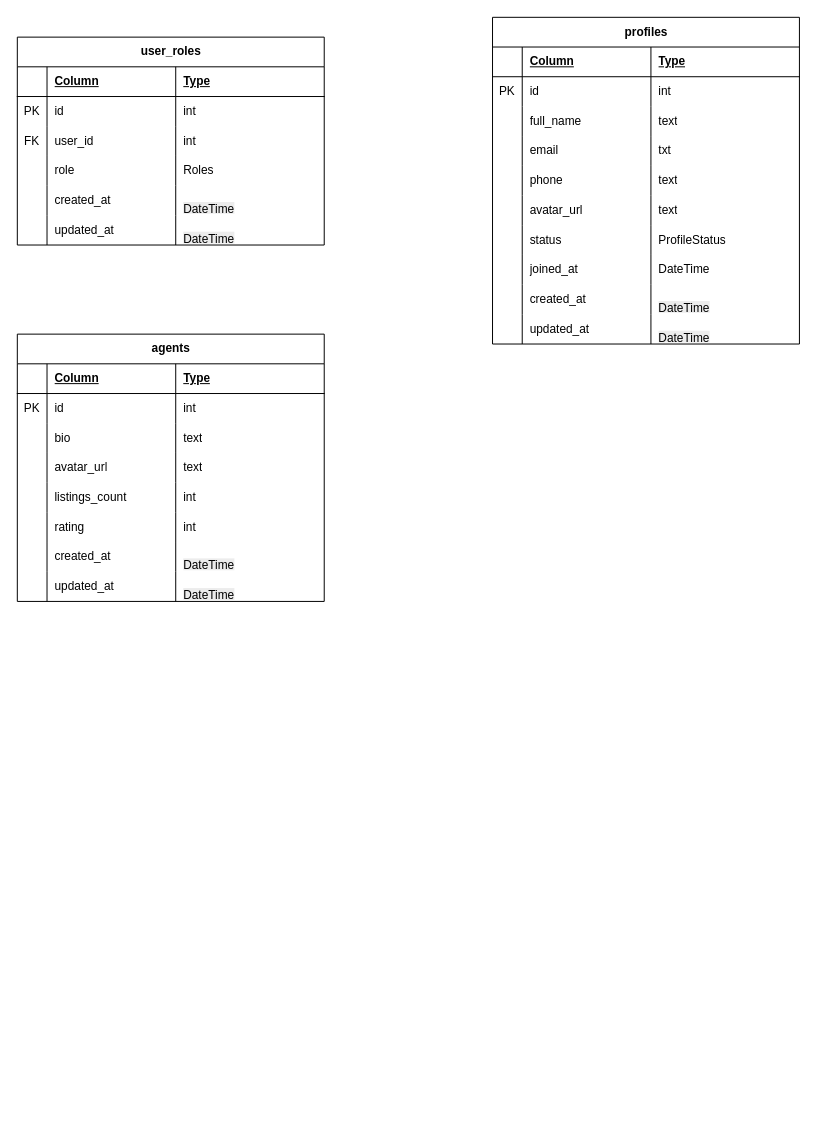
Earlier version of the draw.io diagram nestify-real-estate.drawio (MdShijanAli/nestify-server). Source tidied: cells renumbered, new cells numbered last; positions are measured from the earlier drawing's top-left corner, leaving out a move shared by most shapes. Both pictures are drawn from the tidied source at 99%, with x=0, y=0 at pixel (17, 17).
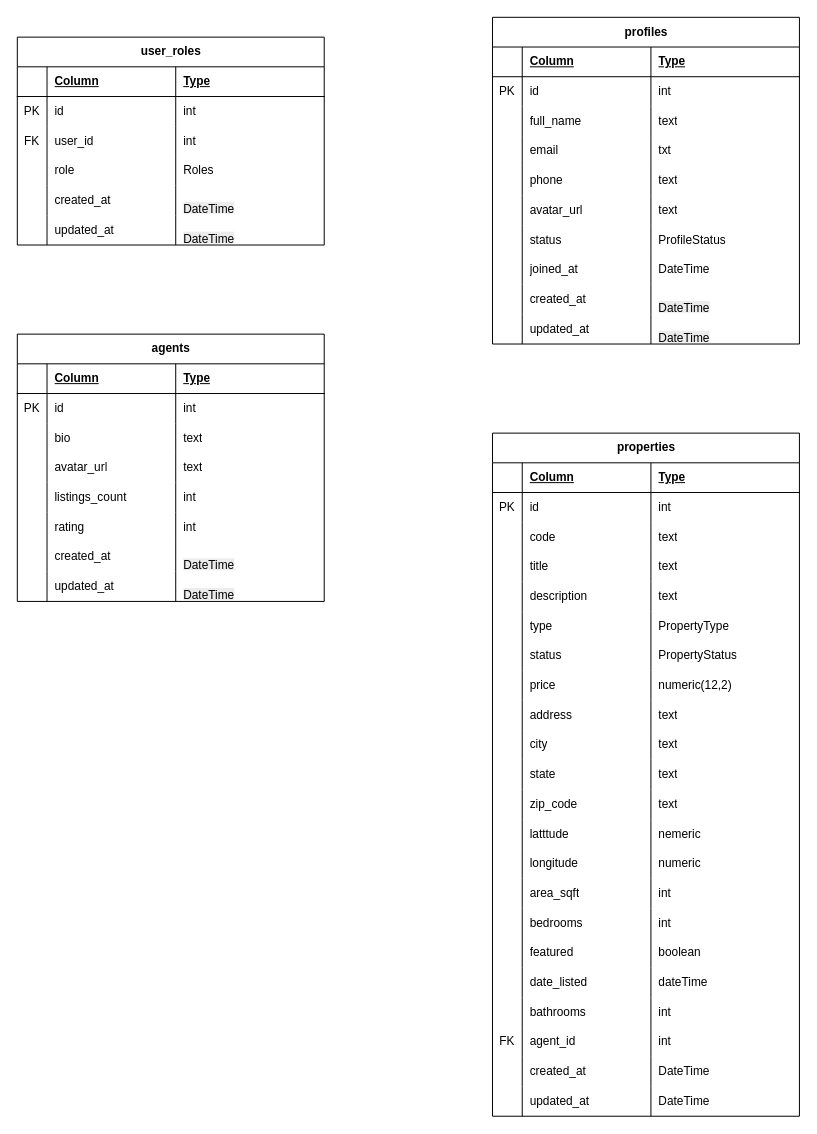
Above is the later version.

What changed in the source:
```diff
@@
+    <mxCell id="101" value="properties" style="shape=table;startSize=30;childLayout=tableLayout;rowLines=0;fontStyle=1;align=center;html=1;" parent="1" vertex="1">
+      <mxGeometry x="480" y="420" width="310" height="690" as="geometry" />
+    </mxCell>
+    <mxCell id="102" style="shape=tableRow;horizontal=0;startSize=0;swimlaneHead=0;swimlaneBody=0;fillColor=none;top=0;left=0;right=0;bottom=1;" parent="101" vertex="1">
+      <mxGeometry y="30" width="310" height="30" as="geometry" />
+    </mxCell>
+    <mxCell id="103" style="shape=partialRectangle;fillColor=none;top=0;left=0;bottom=0;right=0;fontStyle=1;overflow=hidden;whiteSpace=wrap;html=1;" parent="102" vertex="1">
+      <mxGeometry width="30" height="30" as="geometry" />
+    </mxCell>
+    <mxCell id="104" value="Column" style="shape=partialRectangle;fillColor=none;top=0;left=0;bottom=0;right=0;align=left;spacingLeft=6;fontStyle=5;overflow=hidden;whiteSpace=wrap;html=1;" parent="102" vertex="1">
+      <mxGeometry x="30" width="130" height="30" as="geometry" />
+    </mxCell>
+    <mxCell id="105" value="Type" style="shape=partialRectangle;fillColor=none;top=0;left=0;bottom=0;right=0;align=left;spacingLeft=6;fontStyle=5;overflow=hidden;whiteSpace=wrap;html=1;" parent="102" vertex="1">
+      <mxGeometry x="160" width="150" height="30" as="geometry" />
+    </mxCell>
+    <mxCell id="106" style="shape=tableRow;horizontal=0;startSize=0;swimlaneHead=0;swimlaneBody=0;fillColor=none;top=0;left=0;right=0;bottom=0;" parent="101" vertex="1">
+      <mxGeometry y="60" width="310" height="30" as="geometry" />
+    </mxCell>
+    <mxCell id="107" value="PK" style="shape=partialRectangle;fillColor=none;top=0;left=0;bottom=0;right=0;overflow=hidden;whiteSpace=wrap;html=1;" parent="106" vertex="1">
+      <mxGeometry width="30" height="30" as="geometry" />
+    </mxCell>
+    <mxCell id="108" value="id" style="shape=partialRectangle;fillColor=none;top=0;left=0;bottom=0;right=0;align=left;spacingLeft=6;overflow=hidden;whiteSpace=wrap;html=1;" parent="106" vertex="1">
+      <mxGeometry x="30" width="130" height="30" as="geometry" />
+    </mxCell>
+    <mxCell id="109" value="int" style="shape=partialRectangle;fillColor=none;top=0;left=0;bottom=0;right=0;align=left;spacingLeft=6;overflow=hidden;whiteSpace=wrap;html=1;" parent="106" vertex="1">
+      <mxGeometry x="160" width="150" height="30" as="geometry" />
+    </mxCell>
+    <mxCell id="110" style="shape=tableRow;horizontal=0;startSize=0;swimlaneHead=0;swimlaneBody=0;fillColor=none;top=0;left=0;right=0;bottom=0;" parent="101" vertex="1">
+      <mxGeometry y="90" width="310" height="30" as="geometry" />
+    </mxCell>
+    <mxCell id="111" style="shape=partialRectangle;fillColor=none;top=0;left=0;bottom=0;right=0;overflow=hidden;whiteSpace=wrap;html=1;" parent="110" vertex="1">
+      <mxGeometry width="30" height="30" as="geometry" />
+    </mxCell>
+    <mxCell id="112" value="code" style="shape=partialRectangle;fillColor=none;top=0;left=0;bottom=0;right=0;align=left;spacingLeft=6;overflow=hidden;whiteSpace=wrap;html=1;" parent="110" vertex="1">
+      <mxGeometry x="30" width="130" height="30" as="geometry" />
+    </mxCell>
+    <mxCell id="113" value="text" style="shape=partialRectangle;fillColor=none;top=0;left=0;bottom=0;right=0;align=left;spacingLeft=6;overflow=hidden;whiteSpace=wrap;html=1;" parent="110" vertex="1">
+      <mxGeometry x="160" width="150" height="30" as="geometry" />
+    </mxCell>
+    <mxCell id="114" style="shape=tableRow;horizontal=0;startSize=0;swimlaneHead=0;swimlaneBody=0;fillColor=none;top=0;left=0;right=0;bottom=0;" parent="101" vertex="1">
+      <mxGeometry y="120" width="310" height="30" as="geometry" />
+    </mxCell>
+    <mxCell id="115" style="shape=partialRectangle;fillColor=none;top=0;left=0;bottom=0;right=0;overflow=hidden;whiteSpace=wrap;html=1;" parent="114" vertex="1">
+      <mxGeometry width="30" height="30" as="geometry" />
+    </mxCell>
+    <mxCell id="116" value="title" style="shape=partialRectangle;fillColor=none;top=0;left=0;bottom=0;right=0;align=left;spacingLeft=6;overflow=hidden;whiteSpace=wrap;html=1;" parent="114" vertex="1">
+      <mxGeometry x="30" width="130" height="30" as="geometry" />
+    </mxCell>
+    <mxCell id="117" value="text" style="shape=partialRectangle;fillColor=none;top=0;left=0;bottom=0;right=0;align=left;spacingLeft=6;overflow=hidden;whiteSpace=wrap;html=1;" parent="114" vertex="1">
+      <mxGeometry x="160" width="150" height="30" as="geometry" />
+    </mxCell>
+    <mxCell id="118" style="shape=tableRow;horizontal=0;startSize=0;swimlaneHead=0;swimlaneBody=0;fillColor=none;top=0;left=0;right=0;bottom=0;" parent="101" vertex="1">
+      <mxGeometry y="150" width="310" height="30" as="geometry" />
+    </mxCell>
+    <mxCell id="119" style="shape=partialRectangle;fillColor=none;top=0;left=0;bottom=0;right=0;overflow=hidden;whiteSpace=wrap;html=1;" parent="118" vertex="1">
+      <mxGeometry width="30" height="30" as="geometry" />
+    </mxCell>
+    <mxCell id="120" value="description" style="shape=partialRectangle;fillColor=none;top=0;left=0;bottom=0;right=0;align=left;spacingLeft=6;overflow=hidden;whiteSpace=wrap;html=1;" parent="118" vertex="1">
+      <mxGeometry x="30" width="130" height="30" as="geometry" />
+    </mxCell>
+    <mxCell id="121" value="text" style="shape=partialRectangle;fillColor=none;top=0;left=0;bottom=0;right=0;align=left;spacingLeft=6;overflow=hidden;whiteSpace=wrap;html=1;" parent="118" vertex="1">
+      <mxGeometry x="160" width="150" height="30" as="geometry" />
+    </mxCell>
+    <mxCell id="122" style="shape=tableRow;horizontal=0;startSize=0;swimlaneHead=0;swimlaneBody=0;fillColor=none;top=0;left=0;right=0;bottom=0;" parent="101" vertex="1">
+      <mxGeometry y="180" width="310" height="30" as="geometry" />
+    </mxCell>
+    <mxCell id="123" style="shape=partialRectangle;fillColor=none;top=0;left=0;bottom=0;right=0;overflow=hidden;whiteSpace=wrap;html=1;" parent="122" vertex="1">
+      <mxGeometry width="30" height="30" as="geometry" />
+    </mxCell>
+    <mxCell id="124" value="type" style="shape=partialRectangle;fillColor=none;top=0;left=0;bottom=0;right=0;align=left;spacingLeft=6;overflow=hidden;whiteSpace=wrap;html=1;" parent="122" vertex="1">
+      <mxGeometry x="30" width="130" height="30" as="geometry" />
+    </mxCell>
+    <mxCell id="125" value="PropertyType" style="shape=partialRectangle;fillColor=none;top=0;left=0;bottom=0;right=0;align=left;spacingLeft=6;overflow=hidden;whiteSpace=wrap;html=1;" parent="122" vertex="1">
+      <mxGeometry x="160" width="150" height="30" as="geometry" />
+    </mxCell>
+    <mxCell id="126" style="shape=tableRow;horizontal=0;startSize=0;swimlaneHead=0;swimlaneBody=0;fillColor=none;top=0;left=0;right=0;bottom=0;" parent="101" vertex="1">
+      <mxGeometry y="210" width="310" height="30" as="geometry" />
+    </mxCell>
+    <mxCell id="127" style="shape=partialRectangle;fillColor=none;top=0;left=0;bottom=0;right=0;overflow=hidden;whiteSpace=wrap;html=1;" parent="126" vertex="1">
+      <mxGeometry width="30" height="30" as="geometry" />
+    </mxCell>
+    <mxCell id="128" value="status" style="shape=partialRectangle;fillColor=none;top=0;left=0;bottom=0;right=0;align=left;spacingLeft=6;overflow=hidden;whiteSpace=wrap;html=1;" parent="126" vertex="1">
+      <mxGeometry x="30" width="130" height="30" as="geometry" />
+    </mxCell>
+    <mxCell id="129" value="PropertyStatus" style="shape=partialRectangle;fillColor=none;top=0;left=0;bottom=0;right=0;align=left;spacingLeft=6;overflow=hidden;whiteSpace=wrap;html=1;" parent="126" vertex="1">
+      <mxGeometry x="160" width="150" height="30" as="geometry" />
+    </mxCell>
+    <mxCell id="130" style="shape=tableRow;horizontal=0;startSize=0;swimlaneHead=0;swimlaneBody=0;fillColor=none;top=0;left=0;right=0;bottom=0;" parent="101" vertex="1">
+      <mxGeometry y="240" width="310" height="30" as="geometry" />
+    </mxCell>
+    <mxCell id="131" style="shape=partialRectangle;fillColor=none;top=0;left=0;bottom=0;right=0;overflow=hidden;whiteSpace=wrap;html=1;" parent="130" vertex="1">
+      <mxGeometry width="30" height="30" as="geometry" />
+    </mxCell>
+    <mxCell id="132" value="price" style="shape=partialRectangle;fillColor=none;top=0;left=0;bottom=0;right=0;align=left;spacingLeft=6;overflow=hidden;whiteSpace=wrap;html=1;" parent="130" vertex="1">
+      <mxGeometry x="30" width="130" height="30" as="geometry" />
+    </mxCell>
+    <mxCell id="133" value="numeric(12,2)" style="shape=partialRectangle;fillColor=none;top=0;left=0;bottom=0;right=0;align=left;spacingLeft=6;overflow=hidden;whiteSpace=wrap;html=1;" parent="130" vertex="1">
+      <mxGeometry x="160" width="150" height="30" as="geometry" />
+    </mxCell>
+    <mxCell id="134" style="shape=tableRow;horizontal=0;startSize=0;swimlaneHead=0;swimlaneBody=0;fillColor=none;top=0;left=0;right=0;bottom=0;" parent="101" vertex="1">
+      <mxGeometry y="270" width="310" height="30" as="geometry" />
+    </mxCell>
+    <mxCell id="135" style="shape=partialRectangle;fillColor=none;top=0;left=0;bottom=0;right=0;overflow=hidden;whiteSpace=wrap;html=1;" parent="134" vertex="1">
+      <mxGeometry width="30" height="30" as="geometry" />
+    </mxCell>
+    <mxCell id="136" value="address" style="shape=partialRectangle;fillColor=none;top=0;left=0;bottom=0;right=0;align=left;spacingLeft=6;overflow=hidden;whiteSpace=wrap;html=1;" parent="134" vertex="1">
+      <mxGeometry x="30" width="130" height="30" as="geometry" />
+    </mxCell>
+    <mxCell id="137" value="text" style="shape=partialRectangle;fillColor=none;top=0;left=0;bottom=0;right=0;align=left;spacingLeft=6;overflow=hidden;whiteSpace=wrap;html=1;" parent="134" vertex="1">
+      <mxGeometry x="160" width="150" height="30" as="geometry" />
+    </mxCell>
+    <mxCell id="138" style="shape=tableRow;horizontal=0;startSize=0;swimlaneHead=0;swimlaneBody=0;fillColor=none;top=0;left=0;right=0;bottom=0;" parent="101" vertex="1">
+      <mxGeometry y="300" width="310" height="30" as="geometry" />
+    </mxCell>
+    <mxCell id="139" style="shape=partialRectangle;fillColor=none;top=0;left=0;bottom=0;right=0;overflow=hidden;whiteSpace=wrap;html=1;" parent="138" vertex="1">
+      <mxGeometry width="30" height="30" as="geometry" />
+    </mxCell>
+    <mxCell id="140" value="city" style="shape=partialRectangle;fillColor=none;top=0;left=0;bottom=0;right=0;align=left;spacingLeft=6;overflow=hidden;whiteSpace=wrap;html=1;" parent="138" vertex="1">
+      <mxGeometry x="30" width="130" height="30" as="geometry" />
+    </mxCell>
+    <mxCell id="141" value="text" style="shape=partialRectangle;fillColor=none;top=0;left=0;bottom=0;right=0;align=left;spacingLeft=6;overflow=hidden;whiteSpace=wrap;html=1;" parent="138" vertex="1">
+      <mxGeometry x="160" width="150" height="30" as="geometry" />
+    </mxCell>
+    <mxCell id="142" style="shape=tableRow;horizontal=0;startSize=0;swimlaneHead=0;swimlaneBody=0;fillColor=none;top=0;left=0;right=0;bottom=0;" parent="101" vertex="1">
+      <mxGeometry y="330" width="310" height="30" as="geometry" />
+    </mxCell>
+    <mxCell id="143" style="shape=partialRectangle;fillColor=none;top=0;left=0;bottom=0;right=0;overflow=hidden;whiteSpace=wrap;html=1;" parent="142" vertex="1">
+      <mxGeometry width="30" height="30" as="geometry" />
+    </mxCell>
+    <mxCell id="144" value="state" style="shape=partialRectangle;fillColor=none;top=0;left=0;bottom=0;right=0;align=left;spacingLeft=6;overflow=hidden;whiteSpace=wrap;html=1;" parent="142" vertex="1">
+      <mxGeometry x="30" width="130" height="30" as="geometry" />
+    </mxCell>
+    <mxCell id="145" value="text" style="shape=partialRectangle;fillColor=none;top=0;left=0;bottom=0;right=0;align=left;spacingLeft=6;overflow=hidden;whiteSpace=wrap;html=1;" parent="142" vertex="1">
+      <mxGeometry x="160" width="150" height="30" as="geometry" />
+    </mxCell>
+    <mxCell id="146" style="shape=tableRow;horizontal=0;startSize=0;swimlaneHead=0;swimlaneBody=0;fillColor=none;top=0;left=0;right=0;bottom=0;" parent="101" vertex="1">
+      <mxGeometry y="360" width="310" height="30" as="geometry" />
+    </mxCell>
+    <mxCell id="147" style="shape=partialRectangle;fillColor=none;top=0;left=0;bottom=0;right=0;overflow=hidden;whiteSpace=wrap;html=1;" parent="146" vertex="1">
+      <mxGeometry width="30" height="30" as="geometry" />
+    </mxCell>
+    <mxCell id="148" value="zip_code" style="shape=partialRectangle;fillColor=none;top=0;left=0;bottom=0;right=0;align=left;spacingLeft=6;overflow=hidden;whiteSpace=wrap;html=1;" parent="146" vertex="1">
+      <mxGeometry x="30" width="130" height="30" as="geometry" />
+    </mxCell>
+    <mxCell id="149" value="text" style="shape=partialRectangle;fillColor=none;top=0;left=0;bottom=0;right=0;align=left;spacingLeft=6;overflow=hidden;whiteSpace=wrap;html=1;" parent="146" vertex="1">
+      <mxGeometry x="160" width="150" height="30" as="geometry" />
+    </mxCell>
+    <mxCell id="150" style="shape=tableRow;horizontal=0;startSize=0;swimlaneHead=0;swimlaneBody=0;fillColor=none;top=0;left=0;right=0;bottom=0;" parent="101" vertex="1">
+      <mxGeometry y="390" width="310" height="30" as="geometry" />
+    </mxCell>
+    <mxCell id="151" style="shape=partialRectangle;fillColor=none;top=0;left=0;bottom=0;right=0;overflow=hidden;whiteSpace=wrap;html=1;" parent="150" vertex="1">
+      <mxGeometry width="30" height="30" as="geometry" />
+    </mxCell>
+    <mxCell id="152" value="latttude" style="shape=partialRectangle;fillColor=none;top=0;left=0;bottom=0;right=0;align=left;spacingLeft=6;overflow=hidden;whiteSpace=wrap;html=1;" parent="150" vertex="1">
+      <mxGeometry x="30" width="130" height="30" as="geometry" />
+    </mxCell>
+    <mxCell id="153" value="nemeric" style="shape=partialRectangle;fillColor=none;top=0;left=0;bottom=0;right=0;align=left;spacingLeft=6;overflow=hidden;whiteSpace=wrap;html=1;" parent="150" vertex="1">
+      <mxGeometry x="160" width="150" height="30" as="geometry" />
+    </mxCell>
+    <mxCell id="154" style="shape=tableRow;horizontal=0;startSize=0;swimlaneHead=0;swimlaneBody=0;fillColor=none;top=0;left=0;right=0;bottom=0;" parent="101" vertex="1">
+      <mxGeometry y="420" width="310" height="30" as="geometry" />
+    </mxCell>
+    <mxCell id="155" style="shape=partialRectangle;fillColor=none;top=0;left=0;bottom=0;right=0;overflow=hidden;whiteSpace=wrap;html=1;" parent="154" vertex="1">
+      <mxGeometry width="30" height="30" as="geometry" />
+    </mxCell>
+    <mxCell id="156" value="longitude" style="shape=partialRectangle;fillColor=none;top=0;left=0;bottom=0;right=0;align=left;spacingLeft=6;overflow=hidden;whiteSpace=wrap;html=1;" parent="154" vertex="1">
+      <mxGeometry x="30" width="130" height="30" as="geometry" />
+    </mxCell>
+    <mxCell id="157" value="numeric" style="shape=partialRectangle;fillColor=none;top=0;left=0;bottom=0;right=0;align=left;spacingLeft=6;overflow=hidden;whiteSpace=wrap;html=1;" parent="154" vertex="1">
+      <mxGeometry x="160" width="150" height="30" as="geometry" />
+    </mxCell>
+    <mxCell id="158" style="shape=tableRow;horizontal=0;startSize=0;swimlaneHead=0;swimlaneBody=0;fillColor=none;top=0;left=0;right=0;bottom=0;" parent="101" vertex="1">
+      <mxGeometry y="450" width="310" height="30" as="geometry" />
+    </mxCell>
+    <mxCell id="159" style="shape=partialRectangle;fillColor=none;top=0;left=0;bottom=0;right=0;overflow=hidden;whiteSpace=wrap;html=1;" parent="158" vertex="1">
+      <mxGeometry width="30" height="30" as="geometry" />
+    </mxCell>
+    <mxCell id="160" value="area_sqft" style="shape=partialRectangle;fillColor=none;top=0;left=0;bottom=0;right=0;align=left;spacingLeft=6;overflow=hidden;whiteSpace=wrap;html=1;" parent="158" vertex="1">
+      <mxGeometry x="30" width="130" height="30" as="geometry" />
+    </mxCell>
+    <mxCell id="161" value="int" style="shape=partialRectangle;fillColor=none;top=0;left=0;bottom=0;right=0;align=left;spacingLeft=6;overflow=hidden;whiteSpace=wrap;html=1;" parent="158" vertex="1">
+      <mxGeometry x="160" width="150" height="30" as="geometry" />
+    </mxCell>
+    <mxCell id="162" style="shape=tableRow;horizontal=0;startSize=0;swimlaneHead=0;swimlaneBody=0;fillColor=none;top=0;left=0;right=0;bottom=0;" parent="101" vertex="1">
+      <mxGeometry y="480" width="310" height="30" as="geometry" />
+    </mxCell>
+    <mxCell id="163" style="shape=partialRectangle;fillColor=none;top=0;left=0;bottom=0;right=0;overflow=hidden;whiteSpace=wrap;html=1;" parent="162" vertex="1">
+      <mxGeometry width="30" height="30" as="geometry" />
+    </mxCell>
+    <mxCell id="164" value="bedrooms" style="shape=partialRectangle;fillColor=none;top=0;left=0;bottom=0;right=0;align=left;spacingLeft=6;overflow=hidden;whiteSpace=wrap;html=1;" parent="162" vertex="1">
+      <mxGeometry x="30" width="130" height="30" as="geometry" />
+    </mxCell>
+    <mxCell id="165" value="int" style="shape=partialRectangle;fillColor=none;top=0;left=0;bottom=0;right=0;align=left;spacingLeft=6;overflow=hidden;whiteSpace=wrap;html=1;" parent="162" vertex="1">
+      <mxGeometry x="160" width="150" height="30" as="geometry" />
+    </mxCell>
+    <mxCell id="166" style="shape=tableRow;horizontal=0;startSize=0;swimlaneHead=0;swimlaneBody=0;fillColor=none;top=0;left=0;right=0;bottom=0;" parent="101" vertex="1">
+      <mxGeometry y="510" width="310" height="30" as="geometry" />
+    </mxCell>
+    <mxCell id="167" style="shape=partialRectangle;fillColor=none;top=0;left=0;bottom=0;right=0;overflow=hidden;whiteSpace=wrap;html=1;" parent="166" vertex="1">
+      <mxGeometry width="30" height="30" as="geometry" />
+    </mxCell>
+    <mxCell id="168" value="featured" style="shape=partialRectangle;fillColor=none;top=0;left=0;bottom=0;right=0;align=left;spacingLeft=6;overflow=hidden;whiteSpace=wrap;html=1;" parent="166" vertex="1">
+      <mxGeometry x="30" width="130" height="30" as="geometry" />
+    </mxCell>
+    <mxCell id="169" value="boolean" style="shape=partialRectangle;fillColor=none;top=0;left=0;bottom=0;right=0;align=left;spacingLeft=6;overflow=hidden;whiteSpace=wrap;html=1;" parent="166" vertex="1">
+      <mxGeometry x="160" width="150" height="30" as="geometry" />
+    </mxCell>
+    <mxCell id="170" style="shape=tableRow;horizontal=0;startSize=0;swimlaneHead=0;swimlaneBody=0;fillColor=none;top=0;left=0;right=0;bottom=0;" parent="101" vertex="1">
+      <mxGeometry y="540" width="310" height="30" as="geometry" />
+    </mxCell>
+    <mxCell id="171" style="shape=partialRectangle;fillColor=none;top=0;left=0;bottom=0;right=0;overflow=hidden;whiteSpace=wrap;html=1;" parent="170" vertex="1">
+      <mxGeometry width="30" height="30" as="geometry" />
+    </mxCell>
+    <mxCell id="172" value="date_listed" style="shape=partialRectangle;fillColor=none;top=0;left=0;bottom=0;right=0;align=left;spacingLeft=6;overflow=hidden;whiteSpace=wrap;html=1;" parent="170" vertex="1">
+      <mxGeometry x="30" width="130" height="30" as="geometry" />
+    </mxCell>
+    <mxCell id="173" value="dateTime" style="shape=partialRectangle;fillColor=none;top=0;left=0;bottom=0;right=0;align=left;spacingLeft=6;overflow=hidden;whiteSpace=wrap;html=1;" parent="170" vertex="1">
+      <mxGeometry x="160" width="150" height="30" as="geometry" />
+    </mxCell>
+    <mxCell id="174" style="shape=tableRow;horizontal=0;startSize=0;swimlaneHead=0;swimlaneBody=0;fillColor=none;top=0;left=0;right=0;bottom=0;" parent="101" vertex="1">
+      <mxGeometry y="570" width="310" height="30" as="geometry" />
+    </mxCell>
+    <mxCell id="175" style="shape=partialRectangle;fillColor=none;top=0;left=0;bottom=0;right=0;overflow=hidden;whiteSpace=wrap;html=1;" parent="174" vertex="1">
+      <mxGeometry width="30" height="30" as="geometry" />
+    </mxCell>
+    <mxCell id="176" value="bathrooms" style="shape=partialRectangle;fillColor=none;top=0;left=0;bottom=0;right=0;align=left;spacingLeft=6;overflow=hidden;whiteSpace=wrap;html=1;" parent="174" vertex="1">
+      <mxGeometry x="30" width="130" height="30" as="geometry" />
+    </mxCell>
+    <mxCell id="177" value="int" style="shape=partialRectangle;fillColor=none;top=0;left=0;bottom=0;right=0;align=left;spacingLeft=6;overflow=hidden;whiteSpace=wrap;html=1;" parent="174" vertex="1">
+      <mxGeometry x="160" width="150" height="30" as="geometry" />
+    </mxCell>
+    <mxCell id="178" style="shape=tableRow;horizontal=0;startSize=0;swimlaneHead=0;swimlaneBody=0;fillColor=none;top=0;left=0;right=0;bottom=0;" parent="101" vertex="1">
+      <mxGeometry y="600" width="310" height="30" as="geometry" />
+    </mxCell>
+    <mxCell id="179" value="FK" style="shape=partialRectangle;fillColor=none;top=0;left=0;bottom=0;right=0;overflow=hidden;whiteSpace=wrap;html=1;" parent="178" vertex="1">
+      <mxGeometry width="30" height="30" as="geometry" />
+    </mxCell>
+    <mxCell id="180" value="agent_id" style="shape=partialRectangle;fillColor=none;top=0;left=0;bottom=0;right=0;align=left;spacingLeft=6;overflow=hidden;whiteSpace=wrap;html=1;" parent="178" vertex="1">
+      <mxGeometry x="30" width="130" height="30" as="geometry" />
+    </mxCell>
+    <mxCell id="181" value="int" style="shape=partialRectangle;fillColor=none;top=0;left=0;bottom=0;right=0;align=left;spacingLeft=6;overflow=hidden;whiteSpace=wrap;html=1;" parent="178" vertex="1">
+      <mxGeometry x="160" width="150" height="30" as="geometry" />
+    </mxCell>
+    <mxCell id="182" style="shape=tableRow;horizontal=0;startSize=0;swimlaneHead=0;swimlaneBody=0;fillColor=none;top=0;left=0;right=0;bottom=0;" parent="101" vertex="1">
+      <mxGeometry y="630" width="310" height="30" as="geometry" />
+    </mxCell>
+    <mxCell id="183" style="shape=partialRectangle;fillColor=none;top=0;left=0;bottom=0;right=0;overflow=hidden;whiteSpace=wrap;html=1;" parent="182" vertex="1">
+      <mxGeometry width="30" height="30" as="geometry" />
+    </mxCell>
+    <mxCell id="184" value="created_at" style="shape=partialRectangle;fillColor=none;top=0;left=0;bottom=0;right=0;align=left;spacingLeft=6;overflow=hidden;whiteSpace=wrap;html=1;" parent="182" vertex="1">
+      <mxGeometry x="30" width="130" height="30" as="geometry" />
+    </mxCell>
+    <mxCell id="185" value="DateTime" style="shape=partialRectangle;fillColor=none;top=0;left=0;bottom=0;right=0;align=left;spacingLeft=6;overflow=hidden;whiteSpace=wrap;html=1;" parent="182" vertex="1">
+      <mxGeometry x="160" width="150" height="30" as="geometry" />
+    </mxCell>
+    <mxCell id="186" style="shape=tableRow;horizontal=0;startSize=0;swimlaneHead=0;swimlaneBody=0;fillColor=none;top=0;left=0;right=0;bottom=0;" parent="101" vertex="1">
+      <mxGeometry y="660" width="310" height="30" as="geometry" />
+    </mxCell>
+    <mxCell id="187" style="shape=partialRectangle;fillColor=none;top=0;left=0;bottom=0;right=0;overflow=hidden;whiteSpace=wrap;html=1;" parent="186" vertex="1">
+      <mxGeometry width="30" height="30" as="geometry" />
+    </mxCell>
+    <mxCell id="188" value="updated_at" style="shape=partialRectangle;fillColor=none;top=0;left=0;bottom=0;right=0;align=left;spacingLeft=6;overflow=hidden;whiteSpace=wrap;html=1;" parent="186" vertex="1">
+      <mxGeometry x="30" width="130" height="30" as="geometry" />
+    </mxCell>
+    <mxCell id="189" value="DateTime" style="shape=partialRectangle;fillColor=none;top=0;left=0;bottom=0;right=0;align=left;spacingLeft=6;overflow=hidden;whiteSpace=wrap;html=1;" parent="186" vertex="1">
+      <mxGeometry x="160" width="150" height="30" as="geometry" />
+    </mxCell>
```
